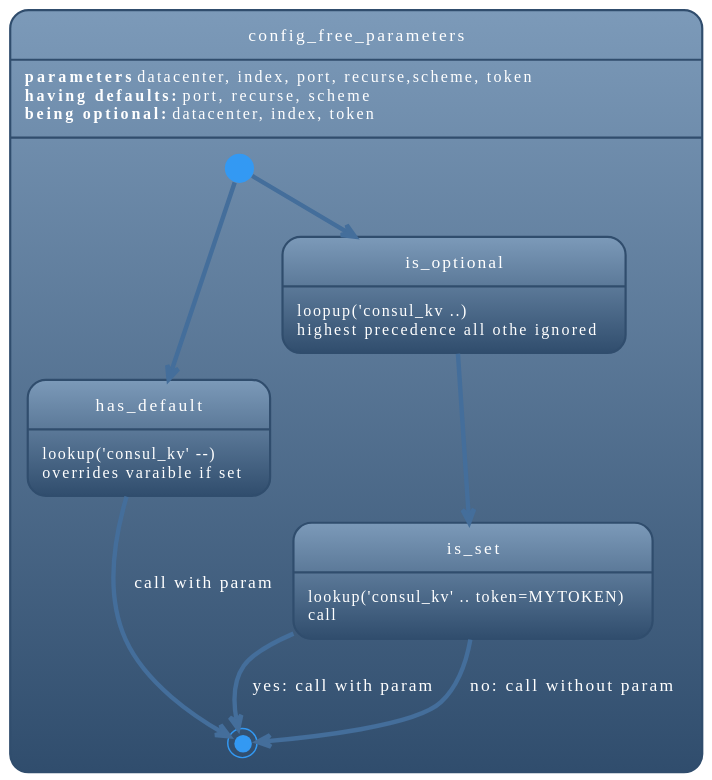
This is images/config_state.svg from fkuep/testing-consul-kv, a PlantUML export, as it was before one commit.
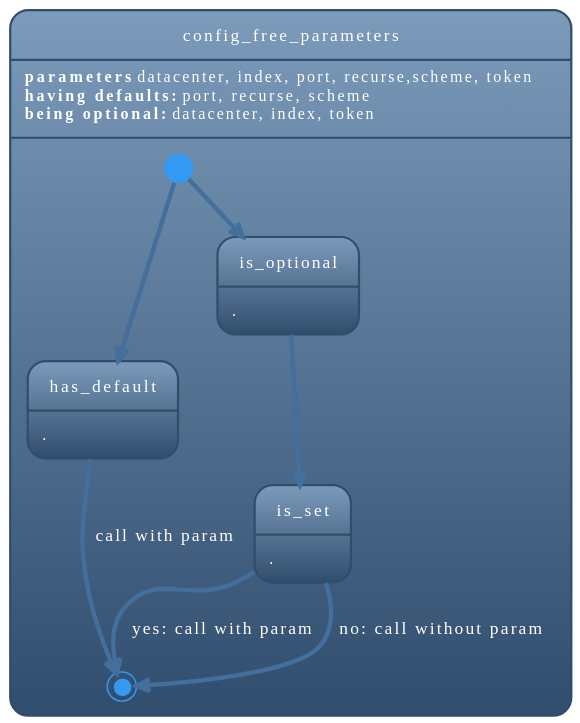
The same file after the commit.

Change to the diagram source:
```diff
@@ -7,14 +7,13 @@
 config_free_parameters: **being optional:** datacenter, index, token
 
 
-is_set : lookup('consul_kv' .. token=MYTOKEN)
-is_set : call
+is_set : .
 
-has_default: lookup('consul_kv' --)
-has_default: overrides varaible if set
+has_default: .
 
-is_optional: loopup('consul_kv ..)
-is_optional: highest precedence all othe ignored
+
+is_optional: .
+
 
 [*]--> has_default
 [*] --> is_optional
```
